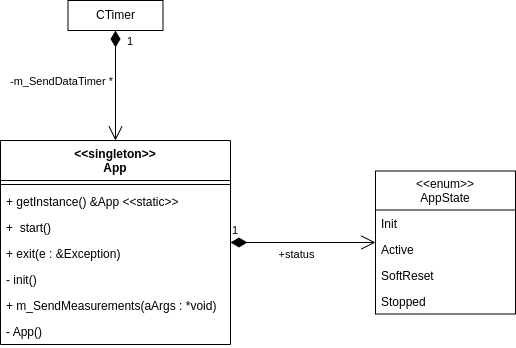
Above: uml/app.png in SenseBoxTI/FirmwareDesign (draw.io), before the change. Source tidied: cells renumbered, new cells last; positions are measured from the earlier drawing's top-left corner, leaving out a move shared by most shapes. Source of this version:
```xml
<mxGraphModel>
  <root>
    <mxCell id="0" />
    <mxCell id="1" parent="0" />
    <mxCell id="2" value="&lt;&lt;singleton&gt;&gt;&#10;App" style="swimlane;fontStyle=1;align=center;verticalAlign=top;horizontal=1;startSize=40;" parent="1" vertex="1">
      <mxGeometry y="140" width="230" height="204" as="geometry" />
    </mxCell>
    <mxCell id="3" style="line;strokeWidth=1;fillColor=none;align=left;verticalAlign=middle;spacingTop=-1;spacingLeft=3;spacingRight=3;labelPosition=right;" parent="2" vertex="1">
      <mxGeometry y="40" width="230" height="8" as="geometry" />
    </mxCell>
    <mxCell id="4" value="+ getInstance() &amp;App &lt;&lt;static&gt;&gt;" style="text;strokeColor=none;fillColor=none;align=left;verticalAlign=top;spacingLeft=4;spacingRight=4;overflow=hidden;" parent="2" vertex="1">
      <mxGeometry y="48" width="230" height="26" as="geometry" />
    </mxCell>
    <mxCell id="5" value="+  start()" style="text;strokeColor=none;fillColor=none;align=left;verticalAlign=top;spacingLeft=4;spacingRight=4;overflow=hidden;" parent="2" vertex="1">
      <mxGeometry y="74" width="230" height="26" as="geometry" />
    </mxCell>
    <mxCell id="6" value="+ exit(e : &amp;Exception)" style="text;strokeColor=none;fillColor=none;align=left;verticalAlign=top;spacingLeft=4;spacingRight=4;overflow=hidden;" parent="2" vertex="1">
      <mxGeometry y="100" width="230" height="26" as="geometry" />
    </mxCell>
    <mxCell id="7" value="- init()" style="text;strokeColor=none;fillColor=none;align=left;verticalAlign=top;spacingLeft=4;spacingRight=4;overflow=hidden;" parent="2" vertex="1">
      <mxGeometry y="126" width="230" height="26" as="geometry" />
    </mxCell>
    <mxCell id="8" value="+ m_SendMeasurements(aArgs : *void)" style="text;strokeColor=none;fillColor=none;align=left;verticalAlign=top;spacingLeft=4;spacingRight=4;overflow=hidden;" parent="2" vertex="1">
      <mxGeometry y="152" width="230" height="26" as="geometry" />
    </mxCell>
    <mxCell id="9" value="- App()" style="text;strokeColor=none;fillColor=none;align=left;verticalAlign=top;spacingLeft=4;spacingRight=4;overflow=hidden;" parent="2" vertex="1">
      <mxGeometry y="178" width="230" height="26" as="geometry" />
    </mxCell>
    <mxCell id="10" value="&lt;&lt;enum&gt;&gt;&#10;AppState" style="swimlane;fontStyle=0;horizontal=1;startSize=39;fillColor=none;" parent="1" vertex="1">
      <mxGeometry x="375" y="170.5" width="140" height="143" as="geometry" />
    </mxCell>
    <mxCell id="11" value="Init" style="text;strokeColor=none;fillColor=none;align=left;verticalAlign=top;spacingLeft=4;spacingRight=4;overflow=hidden;" parent="10" vertex="1">
      <mxGeometry y="39" width="140" height="26" as="geometry" />
    </mxCell>
    <mxCell id="12" value="Active&#10;" style="text;strokeColor=none;fillColor=none;align=left;verticalAlign=top;spacingLeft=4;spacingRight=4;overflow=hidden;" parent="10" vertex="1">
      <mxGeometry y="65" width="140" height="26" as="geometry" />
    </mxCell>
    <mxCell id="13" value="SoftReset" style="text;strokeColor=none;fillColor=none;align=left;verticalAlign=top;spacingLeft=4;spacingRight=4;overflow=hidden;" parent="10" vertex="1">
      <mxGeometry y="91" width="140" height="26" as="geometry" />
    </mxCell>
    <mxCell id="14" value="Stopped" style="text;strokeColor=none;fillColor=none;align=left;verticalAlign=top;spacingLeft=4;spacingRight=4;overflow=hidden;" parent="10" vertex="1">
      <mxGeometry y="117" width="140" height="26" as="geometry" />
    </mxCell>
    <mxCell id="15" value="CTimer" style="html=1;" parent="1" vertex="1">
      <mxGeometry x="67.5" width="95" height="30" as="geometry" />
    </mxCell>
    <mxCell id="16" value="1" style="endArrow=open;html=1;endSize=12;startArrow=diamondThin;startSize=14;startFill=1;edgeStyle=orthogonalEdgeStyle;align=left;verticalAlign=bottom;" parent="1" edge="1">
      <mxGeometry x="-0.64" y="10" relative="1" as="geometry">
        <mxPoint x="115" y="30" as="sourcePoint" />
        <mxPoint x="115" y="140" as="targetPoint" />
      </mxGeometry>
    </mxCell>
    <mxCell id="17" value="-m_SendDataTimer *" style="edgeLabel;html=1;align=center;verticalAlign=middle;" parent="16" vertex="1">
      <mxGeometry x="-0.18" relative="1" as="geometry">
        <mxPoint x="-55" y="5" as="offset" />
      </mxGeometry>
    </mxCell>
    <mxCell id="18" value="1" style="endArrow=open;html=1;endSize=12;startArrow=diamondThin;startSize=14;startFill=1;edgeStyle=orthogonalEdgeStyle;align=left;verticalAlign=bottom;" parent="1" edge="1" source="2" target="10">
      <mxGeometry x="-1" y="3" relative="1" as="geometry" />
    </mxCell>
    <mxCell id="19" value="+status" style="edgeLabel;html=1;align=center;verticalAlign=middle;" parent="18" vertex="1">
      <mxGeometry x="-0.82" relative="1" as="geometry">
        <mxPoint x="52" y="11" as="offset" />
      </mxGeometry>
    </mxCell>
  </root>
</mxGraphModel>
```
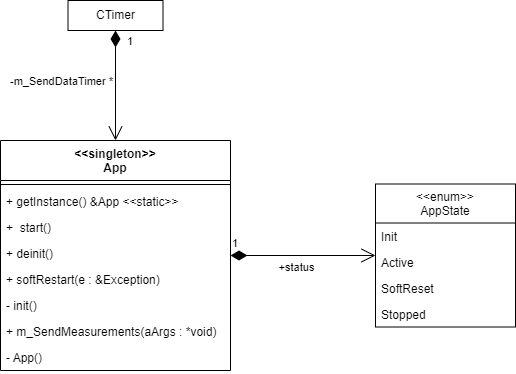
The same file after the commit.

Change to the diagram source:
```diff
@@ -3,7 +3,7 @@
     <mxCell id="0" />
     <mxCell id="1" parent="0" />
     <mxCell id="2" value="&lt;&lt;singleton&gt;&gt;&#10;App" style="swimlane;fontStyle=1;align=center;verticalAlign=top;horizontal=1;startSize=40;" parent="1" vertex="1">
-      <mxGeometry y="140" width="230" height="204" as="geometry" />
+      <mxGeometry y="140" width="230" height="230" as="geometry" />
     </mxCell>
     <mxCell id="3" style="line;strokeWidth=1;fillColor=none;align=left;verticalAlign=middle;spacingTop=-1;spacingLeft=3;spacingRight=3;labelPosition=right;" parent="2" vertex="1">
       <mxGeometry y="40" width="230" height="8" as="geometry" />
@@ -14,20 +14,23 @@
     <mxCell id="5" value="+  start()" style="text;strokeColor=none;fillColor=none;align=left;verticalAlign=top;spacingLeft=4;spacingRight=4;overflow=hidden;" parent="2" vertex="1">
       <mxGeometry y="74" width="230" height="26" as="geometry" />
     </mxCell>
-    <mxCell id="6" value="+ exit(e : &amp;Exception)" style="text;strokeColor=none;fillColor=none;align=left;verticalAlign=top;spacingLeft=4;spacingRight=4;overflow=hidden;" parent="2" vertex="1">
+    <mxCell id="6" value="+ deinit()" style="text;strokeColor=none;fillColor=none;align=left;verticalAlign=top;spacingLeft=4;spacingRight=4;overflow=hidden;" parent="2" vertex="1">
       <mxGeometry y="100" width="230" height="26" as="geometry" />
     </mxCell>
+    <mxCell id="20" value="+ softRestart(e : &amp;Exception)" style="text;strokeColor=none;fillColor=none;align=left;verticalAlign=top;spacingLeft=4;spacingRight=4;overflow=hidden;" parent="2" vertex="1">
+      <mxGeometry y="126" width="230" height="26" as="geometry" />
+    </mxCell>
     <mxCell id="7" value="- init()" style="text;strokeColor=none;fillColor=none;align=left;verticalAlign=top;spacingLeft=4;spacingRight=4;overflow=hidden;" parent="2" vertex="1">
-      <mxGeometry y="126" width="230" height="26" as="geometry" />
+      <mxGeometry y="152" width="230" height="26" as="geometry" />
     </mxCell>
     <mxCell id="8" value="+ m_SendMeasurements(aArgs : *void)" style="text;strokeColor=none;fillColor=none;align=left;verticalAlign=top;spacingLeft=4;spacingRight=4;overflow=hidden;" parent="2" vertex="1">
-      <mxGeometry y="152" width="230" height="26" as="geometry" />
+      <mxGeometry y="178" width="230" height="26" as="geometry" />
     </mxCell>
     <mxCell id="9" value="- App()" style="text;strokeColor=none;fillColor=none;align=left;verticalAlign=top;spacingLeft=4;spacingRight=4;overflow=hidden;" parent="2" vertex="1">
-      <mxGeometry y="178" width="230" height="26" as="geometry" />
+      <mxGeometry y="204" width="230" height="26" as="geometry" />
     </mxCell>
     <mxCell id="10" value="&lt;&lt;enum&gt;&gt;&#10;AppState" style="swimlane;fontStyle=0;horizontal=1;startSize=39;fillColor=none;" parent="1" vertex="1">
-      <mxGeometry x="375" y="170.5" width="140" height="143" as="geometry" />
+      <mxGeometry x="375" y="183.5" width="140" height="143" as="geometry" />
     </mxCell>
     <mxCell id="11" value="Init" style="text;strokeColor=none;fillColor=none;align=left;verticalAlign=top;spacingLeft=4;spacingRight=4;overflow=hidden;" parent="10" vertex="1">
       <mxGeometry y="39" width="140" height="26" as="geometry" />
```
